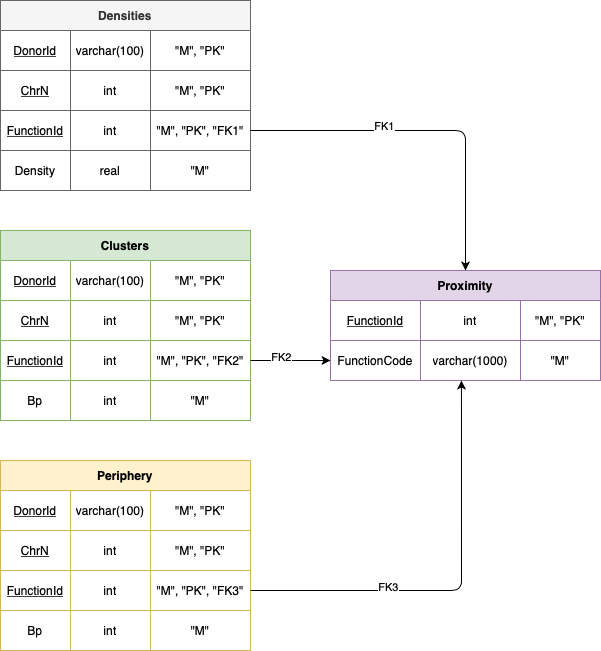
This is chromo.png from Timoniche/DenseWeightedSubgraph, a draw.io export, as it was before one commit. Source tidied: cells renumbered, new cells last; positions are measured from the earlier drawing's top-left corner, leaving out a move shared by most shapes.
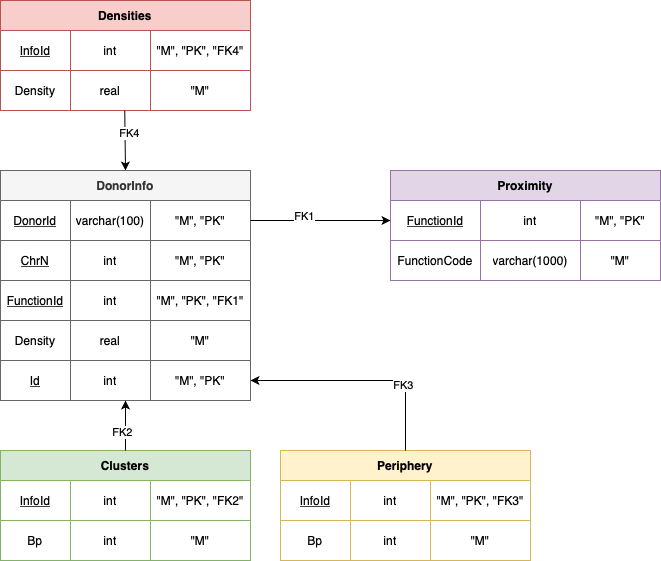
The same file after the commit.

Change to the diagram source:
```diff
@@ -3,46 +3,22 @@
     <mxCell id="0" />
     <mxCell id="1" parent="0" />
     <mxCell id="2" value="Clusters" style="shape=table;html=1;whiteSpace=wrap;startSize=30;fontStyle=1;align=center;fillColor=#d5e8d4;strokeColor=#82b366;" parent="1" vertex="1">
-      <mxGeometry y="230" width="250" height="190" as="geometry" />
+      <mxGeometry y="280" width="250" height="110" as="geometry" />
     </mxCell>
-    <mxCell id="3" style="shape=partialRectangle;html=1;whiteSpace=wrap;fillColor=none;top=0;left=0;bottom=0;right=0;" parent="2" vertex="1">
-      <mxGeometry y="30" width="250" height="40" as="geometry" />
-    </mxCell>
-    <mxCell id="4" value="&lt;u&gt;DonorId&lt;/u&gt;" style="shape=partialRectangle;html=1;whiteSpace=wrap;fillColor=none;top=0;left=0;bottom=0;right=0;overflow=hidden;" parent="3" vertex="1">
-      <mxGeometry width="70" height="40" as="geometry" />
-    </mxCell>
-    <mxCell id="5" value="varchar(100)" style="shape=partialRectangle;html=1;whiteSpace=wrap;fillColor=none;top=0;left=0;bottom=0;right=0;overflow=hidden;" parent="3" vertex="1">
-      <mxGeometry x="70" width="80" height="40" as="geometry" />
-    </mxCell>
-    <mxCell id="6" value="&quot;M&quot;, &quot;PK&quot;" style="shape=partialRectangle;html=1;whiteSpace=wrap;fillColor=none;top=0;left=0;bottom=0;right=0;overflow=hidden;" parent="3" vertex="1">
-      <mxGeometry x="150" width="100" height="40" as="geometry" />
-    </mxCell>
     <mxCell id="7" style="shape=partialRectangle;html=1;whiteSpace=wrap;fillColor=none;top=0;left=0;bottom=0;right=0;" parent="2" vertex="1">
-      <mxGeometry y="70" width="250" height="40" as="geometry" />
+      <mxGeometry y="30" width="250" height="40" as="geometry" />
     </mxCell>
-    <mxCell id="8" value="&lt;u&gt;ChrN&lt;/u&gt;" style="shape=partialRectangle;html=1;whiteSpace=wrap;fillColor=none;top=0;left=0;bottom=0;right=0;overflow=hidden;" parent="7" vertex="1">
+    <mxCell id="8" value="&lt;u&gt;InfoId&lt;/u&gt;" style="shape=partialRectangle;html=1;whiteSpace=wrap;fillColor=none;top=0;left=0;bottom=0;right=0;overflow=hidden;" parent="7" vertex="1">
       <mxGeometry width="70" height="40" as="geometry" />
     </mxCell>
     <mxCell id="9" value="int" style="shape=partialRectangle;html=1;whiteSpace=wrap;fillColor=none;top=0;left=0;bottom=0;right=0;overflow=hidden;" parent="7" vertex="1">
       <mxGeometry x="70" width="80" height="40" as="geometry" />
     </mxCell>
-    <mxCell id="10" value="&quot;M&quot;, &quot;PK&quot;" style="shape=partialRectangle;html=1;whiteSpace=wrap;fillColor=none;top=0;left=0;bottom=0;right=0;overflow=hidden;" parent="7" vertex="1">
+    <mxCell id="10" value="&quot;M&quot;, &quot;PK&quot;, &quot;FK2&quot;" style="shape=partialRectangle;html=1;whiteSpace=wrap;fillColor=none;top=0;left=0;bottom=0;right=0;overflow=hidden;" parent="7" vertex="1">
       <mxGeometry x="150" width="100" height="40" as="geometry" />
     </mxCell>
-    <mxCell id="11" style="shape=partialRectangle;html=1;whiteSpace=wrap;fillColor=none;top=0;left=0;bottom=0;right=0;points=[[0,0.5],[1,0.5]];portConstraint=eastwest;" parent="2" vertex="1">
-      <mxGeometry y="110" width="250" height="40" as="geometry" />
-    </mxCell>
-    <mxCell id="12" value="&lt;u&gt;FunctionId&lt;/u&gt;" style="shape=partialRectangle;html=1;whiteSpace=wrap;fillColor=none;top=0;left=0;bottom=0;right=0;overflow=hidden;" parent="11" vertex="1">
-      <mxGeometry width="70" height="40" as="geometry" />
-    </mxCell>
-    <mxCell id="13" value="int" style="shape=partialRectangle;html=1;whiteSpace=wrap;fillColor=none;top=0;left=0;bottom=0;right=0;overflow=hidden;" parent="11" vertex="1">
-      <mxGeometry x="70" width="80" height="40" as="geometry" />
-    </mxCell>
-    <mxCell id="14" value="&quot;M&quot;, &quot;PK&quot;, &quot;FK2&quot;" style="shape=partialRectangle;html=1;whiteSpace=wrap;fillColor=none;top=0;left=0;bottom=0;right=0;overflow=hidden;" parent="11" vertex="1">
-      <mxGeometry x="150" width="100" height="40" as="geometry" />
-    </mxCell>
     <mxCell id="15" style="shape=partialRectangle;html=1;whiteSpace=wrap;fillColor=none;top=0;left=0;bottom=0;right=0;" parent="2" vertex="1">
-      <mxGeometry y="150" width="250" height="40" as="geometry" />
+      <mxGeometry y="70" width="250" height="40" as="geometry" />
     </mxCell>
     <mxCell id="16" value="Bp" style="shape=partialRectangle;html=1;whiteSpace=wrap;fillColor=none;top=0;left=0;bottom=0;right=0;overflow=hidden;" parent="15" vertex="1">
       <mxGeometry width="70" height="40" as="geometry" />
@@ -54,7 +30,7 @@
       <mxGeometry x="150" width="100" height="40" as="geometry" />
     </mxCell>
     <mxCell id="19" value="Proximity" style="shape=table;html=1;whiteSpace=wrap;startSize=30;fontStyle=1;align=center;fillColor=#e1d5e7;strokeColor=#9673a6;" parent="1" vertex="1">
-      <mxGeometry x="330" y="270" width="270" height="110" as="geometry" />
+      <mxGeometry x="390" width="270" height="110" as="geometry" />
     </mxCell>
     <mxCell id="20" style="shape=partialRectangle;html=1;whiteSpace=wrap;fillColor=none;top=0;left=0;bottom=0;right=0;points=[[0,0.5],[1,0.5]];portConstraint=eastwest;" parent="19" vertex="1">
       <mxGeometry y="30" width="270" height="40" as="geometry" />
@@ -81,36 +57,12 @@
       <mxGeometry x="190" width="80" height="40" as="geometry" />
     </mxCell>
     <mxCell id="28" value="Periphery" style="shape=table;html=1;whiteSpace=wrap;startSize=30;fontStyle=1;align=center;fillColor=#fff2cc;strokeColor=#d6b656;" parent="1" vertex="1">
-      <mxGeometry y="460" width="250" height="190" as="geometry" />
+      <mxGeometry x="280" y="280" width="250" height="110" as="geometry" />
     </mxCell>
-    <mxCell id="29" style="shape=partialRectangle;html=1;whiteSpace=wrap;fillColor=none;top=0;left=0;bottom=0;right=0;" parent="28" vertex="1">
-      <mxGeometry y="30" width="250" height="40" as="geometry" />
-    </mxCell>
-    <mxCell id="30" value="&lt;u&gt;DonorId&lt;/u&gt;" style="shape=partialRectangle;html=1;whiteSpace=wrap;fillColor=none;top=0;left=0;bottom=0;right=0;overflow=hidden;" parent="29" vertex="1">
-      <mxGeometry width="70" height="40" as="geometry" />
-    </mxCell>
-    <mxCell id="31" value="varchar(100)" style="shape=partialRectangle;html=1;whiteSpace=wrap;fillColor=none;top=0;left=0;bottom=0;right=0;overflow=hidden;" parent="29" vertex="1">
-      <mxGeometry x="70" width="80" height="40" as="geometry" />
-    </mxCell>
-    <mxCell id="32" value="&quot;M&quot;, &quot;PK&quot;" style="shape=partialRectangle;html=1;whiteSpace=wrap;fillColor=none;top=0;left=0;bottom=0;right=0;overflow=hidden;" parent="29" vertex="1">
-      <mxGeometry x="150" width="100" height="40" as="geometry" />
-    </mxCell>
-    <mxCell id="33" style="shape=partialRectangle;html=1;whiteSpace=wrap;fillColor=none;top=0;left=0;bottom=0;right=0;points=[[0,0.5],[1,0.5]];portConstraint=eastwest;" parent="28" vertex="1">
-      <mxGeometry y="70" width="250" height="40" as="geometry" />
-    </mxCell>
-    <mxCell id="34" value="&lt;u&gt;ChrN&lt;/u&gt;" style="shape=partialRectangle;html=1;whiteSpace=wrap;fillColor=none;top=0;left=0;bottom=0;right=0;overflow=hidden;" parent="33" vertex="1">
-      <mxGeometry width="70" height="40" as="geometry" />
-    </mxCell>
-    <mxCell id="35" value="int" style="shape=partialRectangle;html=1;whiteSpace=wrap;fillColor=none;top=0;left=0;bottom=0;right=0;overflow=hidden;" parent="33" vertex="1">
-      <mxGeometry x="70" width="80" height="40" as="geometry" />
-    </mxCell>
-    <mxCell id="36" value="&quot;M&quot;, &quot;PK&quot;" style="shape=partialRectangle;html=1;whiteSpace=wrap;fillColor=none;top=0;left=0;bottom=0;right=0;overflow=hidden;" parent="33" vertex="1">
-      <mxGeometry x="150" width="100" height="40" as="geometry" />
-    </mxCell>
     <mxCell id="37" style="shape=partialRectangle;html=1;whiteSpace=wrap;fillColor=none;top=0;left=0;bottom=0;right=0;points=[[0,0.5],[1,0.5]];portConstraint=eastwest;" parent="28" vertex="1">
-      <mxGeometry y="110" width="250" height="40" as="geometry" />
+      <mxGeometry y="30" width="250" height="40" as="geometry" />
     </mxCell>
-    <mxCell id="38" value="&lt;u&gt;FunctionId&lt;/u&gt;" style="shape=partialRectangle;html=1;whiteSpace=wrap;fillColor=none;top=0;left=0;bottom=0;right=0;overflow=hidden;" parent="37" vertex="1">
+    <mxCell id="38" value="&lt;u&gt;InfoId&lt;/u&gt;" style="shape=partialRectangle;html=1;whiteSpace=wrap;fillColor=none;top=0;left=0;bottom=0;right=0;overflow=hidden;" parent="37" vertex="1">
       <mxGeometry width="70" height="40" as="geometry" />
     </mxCell>
     <mxCell id="39" value="int" style="shape=partialRectangle;html=1;whiteSpace=wrap;fillColor=none;top=0;left=0;bottom=0;right=0;overflow=hidden;" parent="37" vertex="1">
@@ -120,7 +72,7 @@
       <mxGeometry x="150" width="100" height="40" as="geometry" />
     </mxCell>
     <mxCell id="41" style="shape=partialRectangle;html=1;whiteSpace=wrap;fillColor=none;top=0;left=0;bottom=0;right=0;" parent="28" vertex="1">
-      <mxGeometry y="150" width="250" height="40" as="geometry" />
+      <mxGeometry y="70" width="250" height="40" as="geometry" />
     </mxCell>
     <mxCell id="42" value="Bp" style="shape=partialRectangle;html=1;whiteSpace=wrap;fillColor=none;top=0;left=0;bottom=0;right=0;overflow=hidden;" parent="41" vertex="1">
       <mxGeometry width="70" height="40" as="geometry" />
@@ -131,8 +83,8 @@
     <mxCell id="44" value="&quot;M&quot;" style="shape=partialRectangle;html=1;whiteSpace=wrap;fillColor=none;top=0;left=0;bottom=0;right=0;overflow=hidden;" parent="41" vertex="1">
       <mxGeometry x="150" width="100" height="40" as="geometry" />
     </mxCell>
-    <mxCell id="45" value="Densities" style="shape=table;html=1;whiteSpace=wrap;startSize=30;fontStyle=1;align=center;fillColor=#f5f5f5;strokeColor=#666666;fontColor=#333333;" parent="1" vertex="1">
-      <mxGeometry width="250" height="190" as="geometry" />
+    <mxCell id="45" value="DonorInfo" style="shape=table;html=1;whiteSpace=wrap;startSize=30;fontStyle=1;align=center;fillColor=#f5f5f5;strokeColor=#666666;fontColor=#333333;" parent="1" vertex="1">
+      <mxGeometry width="250" height="230" as="geometry" />
     </mxCell>
     <mxCell id="46" style="shape=partialRectangle;html=1;whiteSpace=wrap;fillColor=none;top=0;left=0;bottom=0;right=0;points=[[0,0.5],[1,0.5]];portConstraint=eastwest;" parent="45" vertex="1">
       <mxGeometry y="30" width="250" height="40" as="geometry" />
@@ -182,31 +134,72 @@
     <mxCell id="61" value="&quot;M&quot;" style="shape=partialRectangle;html=1;whiteSpace=wrap;fillColor=none;top=0;left=0;bottom=0;right=0;overflow=hidden;" parent="58" vertex="1">
       <mxGeometry x="150" width="100" height="40" as="geometry" />
     </mxCell>
+    <mxCell id="68" style="shape=partialRectangle;html=1;whiteSpace=wrap;fillColor=none;top=0;left=0;bottom=0;right=0;points=[[0,0.5],[1,0.5]];portConstraint=eastwest;" parent="45" vertex="1">
+      <mxGeometry y="190" width="250" height="40" as="geometry" />
+    </mxCell>
+    <mxCell id="69" value="&lt;u&gt;Id&lt;/u&gt;" style="shape=partialRectangle;html=1;whiteSpace=wrap;fillColor=none;top=0;left=0;bottom=0;right=0;overflow=hidden;" parent="68" vertex="1">
+      <mxGeometry width="70" height="40" as="geometry" />
+    </mxCell>
+    <mxCell id="70" value="int" style="shape=partialRectangle;html=1;whiteSpace=wrap;fillColor=none;top=0;left=0;bottom=0;right=0;overflow=hidden;" parent="68" vertex="1">
+      <mxGeometry x="70" width="80" height="40" as="geometry" />
+    </mxCell>
+    <mxCell id="71" value="&quot;M&quot;, &quot;PK&quot;" style="shape=partialRectangle;html=1;whiteSpace=wrap;fillColor=none;top=0;left=0;bottom=0;right=0;overflow=hidden;" parent="68" vertex="1">
+      <mxGeometry x="150" width="100" height="40" as="geometry" />
+    </mxCell>
-    <mxCell id="62" style="endArrow=classic;html=1;exitX=1;exitY=0.5;exitDx=0;exitDy=0;entryX=0.5;entryY=0;entryDx=0;entryDy=0;" parent="1" edge="1" source="54" target="19">
-      <mxGeometry relative="1" as="geometry">
-        <Array as="points">
-          <mxPoint x="465" y="130" />
-        </Array>
-      </mxGeometry>
+    <mxCell id="62" style="endArrow=classic;html=1;exitX=1;exitY=0.5;exitDx=0;exitDy=0;entryX=0;entryY=0.5;entryDx=0;entryDy=0;" parent="1" edge="1" source="46" target="20">
+      <mxGeometry relative="1" as="geometry" />
     </mxCell>
     <mxCell id="63" value="FK1" style="edgeLabel;html=1;align=center;verticalAlign=middle;" parent="62" vertex="1">
       <mxGeometry x="-0.25" y="5" relative="1" as="geometry" />
     </mxCell>
-    <mxCell id="64" style="endArrow=classic;html=1;exitX=1;exitY=0.5;exitDx=0;exitDy=0;entryX=0.485;entryY=1.001;entryDx=0;entryDy=0;entryPerimeter=0;" parent="1" edge="1" source="37" target="24">
+    <mxCell id="64" style="endArrow=classic;html=1;exitX=0.5;exitY=0;exitDx=0;exitDy=0;entryX=1;entryY=0.5;entryDx=0;entryDy=0;" parent="1" edge="1" source="28" target="68">
       <mxGeometry relative="1" as="geometry">
         <Array as="points">
-          <mxPoint x="461" y="590" />
+          <mxPoint x="405" y="210" />
         </Array>
       </mxGeometry>
     </mxCell>
     <mxCell id="65" value="FK3" style="edgeLabel;html=1;align=center;verticalAlign=middle;" parent="64" vertex="1">
       <mxGeometry x="-0.35" y="4" relative="1" as="geometry" />
     </mxCell>
-    <mxCell id="66" style="endArrow=classic;html=1;exitX=1;exitY=0.5;exitDx=0;exitDy=0;entryX=0;entryY=0.5;entryDx=0;entryDy=0;" parent="1" edge="1" source="11" target="24">
+    <mxCell id="66" style="endArrow=classic;html=1;exitX=0.5;exitY=0;exitDx=0;exitDy=0;entryX=0.5;entryY=1;entryDx=0;entryDy=0;" parent="1" edge="1" source="2" target="45">
       <mxGeometry relative="1" as="geometry" />
     </mxCell>
     <mxCell id="67" value="FK2" style="edgeLabel;html=1;align=center;verticalAlign=middle;" parent="66" vertex="1">
       <mxGeometry x="-0.24" y="4" relative="1" as="geometry" />
     </mxCell>
+    <mxCell id="72" value="Densities" style="shape=table;html=1;whiteSpace=wrap;startSize=30;fontStyle=1;align=center;fillColor=#f8cecc;strokeColor=#b85450;" parent="1" vertex="1">
+      <mxGeometry y="-170" width="250" height="110" as="geometry" />
+    </mxCell>
+    <mxCell id="73" style="shape=partialRectangle;html=1;whiteSpace=wrap;fillColor=none;top=0;left=0;bottom=0;right=0;" parent="72" vertex="1">
+      <mxGeometry y="30" width="250" height="40" as="geometry" />
+    </mxCell>
+    <mxCell id="74" value="&lt;u&gt;InfoId&lt;/u&gt;" style="shape=partialRectangle;html=1;whiteSpace=wrap;fillColor=none;top=0;left=0;bottom=0;right=0;overflow=hidden;" parent="73" vertex="1">
+      <mxGeometry width="70" height="40" as="geometry" />
+    </mxCell>
+    <mxCell id="75" value="int" style="shape=partialRectangle;html=1;whiteSpace=wrap;fillColor=none;top=0;left=0;bottom=0;right=0;overflow=hidden;" parent="73" vertex="1">
+      <mxGeometry x="70" width="80" height="40" as="geometry" />
+    </mxCell>
+    <mxCell id="76" value="&quot;M&quot;, &quot;PK&quot;, &quot;FK4&quot;" style="shape=partialRectangle;html=1;whiteSpace=wrap;fillColor=none;top=0;left=0;bottom=0;right=0;overflow=hidden;" parent="73" vertex="1">
+      <mxGeometry x="150" width="100" height="40" as="geometry" />
+    </mxCell>
+    <mxCell id="33" style="shape=partialRectangle;html=1;whiteSpace=wrap;fillColor=none;top=0;left=0;bottom=0;right=0;points=[[0,0.5],[1,0.5]];portConstraint=eastwest;" parent="72" vertex="1">
+      <mxGeometry y="70" width="250" height="40" as="geometry" />
+    </mxCell>
+    <mxCell id="77" value="Density" style="shape=partialRectangle;html=1;whiteSpace=wrap;fillColor=none;top=0;left=0;bottom=0;right=0;overflow=hidden;" parent="33" vertex="1">
+      <mxGeometry width="70" height="40" as="geometry" />
+    </mxCell>
+    <mxCell id="78" value="real" style="shape=partialRectangle;html=1;whiteSpace=wrap;fillColor=none;top=0;left=0;bottom=0;right=0;overflow=hidden;" parent="33" vertex="1">
+      <mxGeometry x="70" width="80" height="40" as="geometry" />
+    </mxCell>
+    <mxCell id="79" value="&quot;M&quot;" style="shape=partialRectangle;html=1;whiteSpace=wrap;fillColor=none;top=0;left=0;bottom=0;right=0;overflow=hidden;" parent="33" vertex="1">
+      <mxGeometry x="150" width="100" height="40" as="geometry" />
+    </mxCell>
+    <mxCell id="80" style="endArrow=classic;html=1;exitX=0.497;exitY=1.008;exitDx=0;exitDy=0;entryX=0.5;entryY=0;entryDx=0;entryDy=0;exitPerimeter=0;" parent="1" edge="1" source="33" target="45">
+      <mxGeometry relative="1" as="geometry" />
+    </mxCell>
+    <mxCell id="81" value="FK4" style="edgeLabel;html=1;align=center;verticalAlign=middle;" parent="80" vertex="1">
+      <mxGeometry x="-0.24" y="4" relative="1" as="geometry" />
+    </mxCell>
   </root>
 </mxGraphModel>
```
